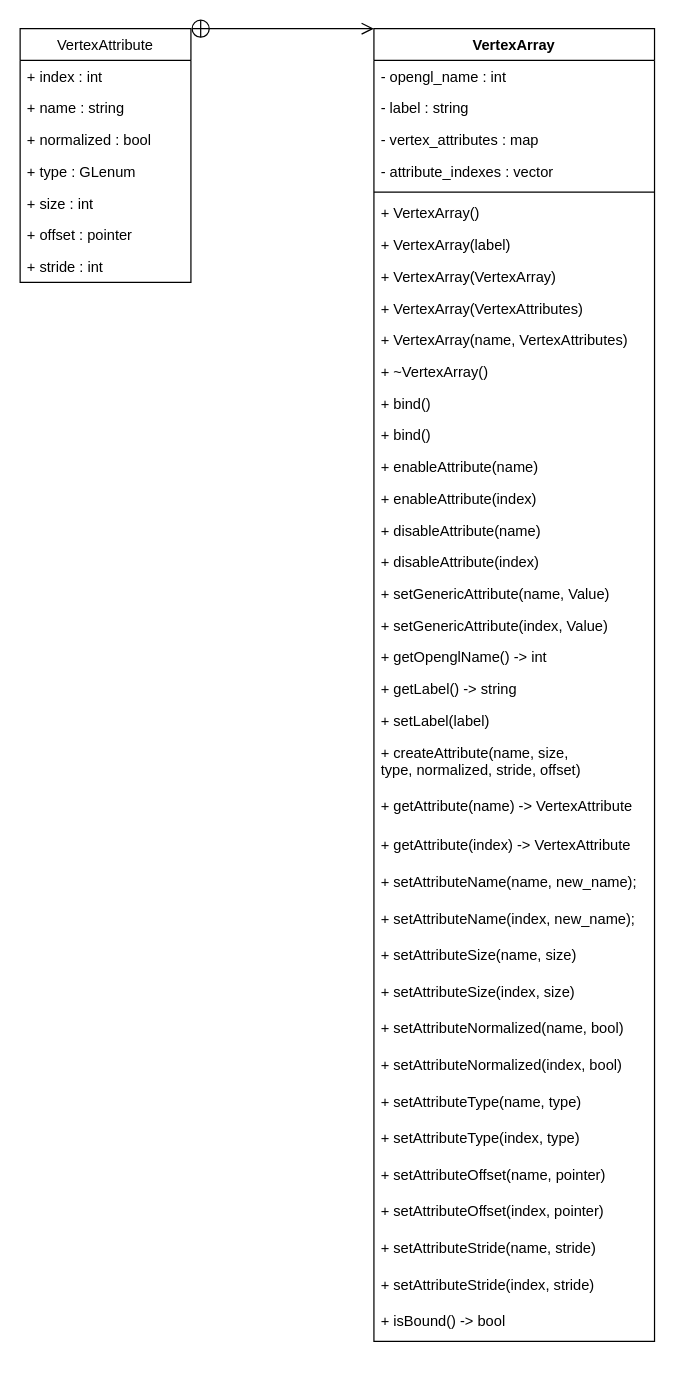
LowFire/blazer3d keeps this draw.io diagram as docs/VertexArray.drawio. Above is the earlier version. Source tidied: cells renumbered, new cells numbered last; positions are measured from the earlier drawing's top-left corner, leaving out a move shared by most shapes. Both pictures are drawn from the tidied source at 122%, with x=0, y=0 at pixel (20, 28).
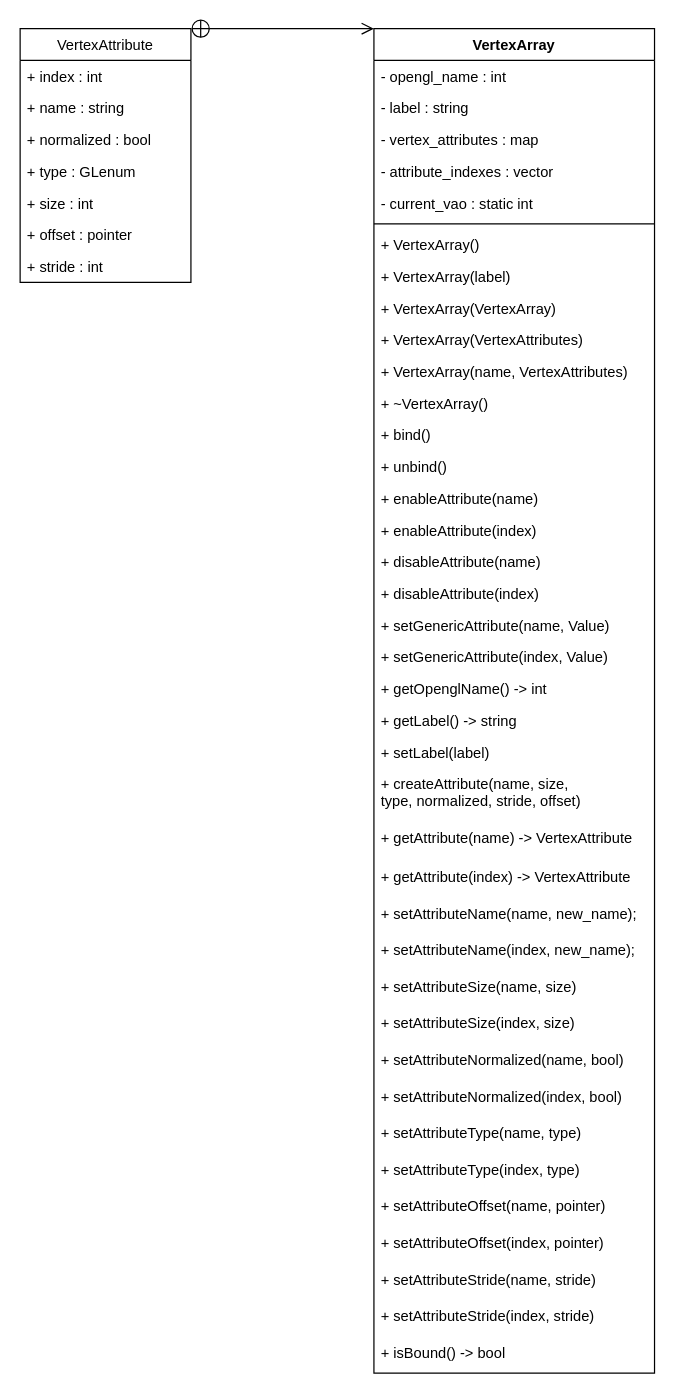
Above is the later version.

The edit, as a diff of the source:
```diff
@@
     <mxCell id="2" value="VertexArray" style="swimlane;fontStyle=1;align=center;verticalAlign=top;horizontal=1;startSize=26;" parent="1" vertex="1">
-      <mxGeometry x="290" width="230" height="1076" as="geometry" />
+      <mxGeometry x="290" width="230" height="1102" as="geometry" />
     </mxCell>
@@
+    <mxCell id="50" value="- current_vao : static int" style="text;strokeColor=none;fillColor=none;align=left;verticalAlign=top;spacingLeft=4;spacingRight=4;overflow=hidden;" parent="2" vertex="1">
+      <mxGeometry y="130" width="230" height="26" as="geometry" />
+    </mxCell>
     <mxCell id="7" style="line;strokeWidth=1;fillColor=none;align=left;verticalAlign=middle;spacingTop=-1;spacingLeft=3;spacingRight=3;labelPosition=right;" parent="2" vertex="1">
-      <mxGeometry y="130" width="230" height="8" as="geometry" />
+      <mxGeometry y="156" width="230" height="8" as="geometry" />
     </mxCell>
     <mxCell id="8" value="+ VertexArray()" style="text;strokeColor=none;fillColor=none;align=left;verticalAlign=top;spacingLeft=4;spacingRight=4;overflow=hidden;" parent="2" vertex="1">
-      <mxGeometry y="138" width="230" height="26" as="geometry" />
+      <mxGeometry y="164" width="230" height="26" as="geometry" />
     </mxCell>
     <mxCell id="9" value="+ VertexArray(label)" style="text;strokeColor=none;fillColor=none;align=left;verticalAlign=top;spacingLeft=4;spacingRight=4;overflow=hidden;" parent="2" vertex="1">
-      <mxGeometry y="164" width="230" height="26" as="geometry" />
+      <mxGeometry y="190" width="230" height="26" as="geometry" />
     </mxCell>
     <mxCell id="10" value="+ VertexArray(VertexArray)" style="text;strokeColor=none;fillColor=none;align=left;verticalAlign=top;spacingLeft=4;spacingRight=4;overflow=hidden;" parent="2" vertex="1">
-      <mxGeometry y="190" width="230" height="26" as="geometry" />
+      <mxGeometry y="216" width="230" height="26" as="geometry" />
     </mxCell>
     <mxCell id="11" value="+ VertexArray(VertexAttributes)" style="text;strokeColor=none;fillColor=none;align=left;verticalAlign=top;spacingLeft=4;spacingRight=4;overflow=hidden;" parent="2" vertex="1">
-      <mxGeometry y="216" width="230" height="26" as="geometry" />
+      <mxGeometry y="242" width="230" height="26" as="geometry" />
     </mxCell>
     <mxCell id="12" value="+ VertexArray(name, VertexAttributes)" style="text;strokeColor=none;fillColor=none;align=left;verticalAlign=top;spacingLeft=4;spacingRight=4;overflow=hidden;" parent="2" vertex="1">
-      <mxGeometry y="242" width="230" height="26" as="geometry" />
+      <mxGeometry y="268" width="230" height="26" as="geometry" />
     </mxCell>
     <mxCell id="13" value="+ ~VertexArray()" style="text;strokeColor=none;fillColor=none;align=left;verticalAlign=top;spacingLeft=4;spacingRight=4;overflow=hidden;" parent="2" vertex="1">
-      <mxGeometry y="268" width="230" height="26" as="geometry" />
+      <mxGeometry y="294" width="230" height="26" as="geometry" />
     </mxCell>
     <mxCell id="14" value="+ bind()" style="text;strokeColor=none;fillColor=none;align=left;verticalAlign=top;spacingLeft=4;spacingRight=4;overflow=hidden;" parent="2" vertex="1">
-      <mxGeometry y="294" width="230" height="26" as="geometry" />
+      <mxGeometry y="320" width="230" height="26" as="geometry" />
     </mxCell>
-    <mxCell id="15" value="+ bind()" style="text;strokeColor=none;fillColor=none;align=left;verticalAlign=top;spacingLeft=4;spacingRight=4;overflow=hidden;" parent="2" vertex="1">
-      <mxGeometry y="320" width="230" height="26" as="geometry" />
+    <mxCell id="15" value="+ unbind()" style="text;strokeColor=none;fillColor=none;align=left;verticalAlign=top;spacingLeft=4;spacingRight=4;overflow=hidden;" parent="2" vertex="1">
+      <mxGeometry y="346" width="230" height="26" as="geometry" />
     </mxCell>
     <mxCell id="16" value="+ enableAttribute(name)" style="text;strokeColor=none;fillColor=none;align=left;verticalAlign=top;spacingLeft=4;spacingRight=4;overflow=hidden;" parent="2" vertex="1">
-      <mxGeometry y="346" width="230" height="26" as="geometry" />
+      <mxGeometry y="372" width="230" height="26" as="geometry" />
     </mxCell>
     <mxCell id="17" value="+ enableAttribute(index)" style="text;strokeColor=none;fillColor=none;align=left;verticalAlign=top;spacingLeft=4;spacingRight=4;overflow=hidden;" parent="2" vertex="1">
-      <mxGeometry y="372" width="230" height="26" as="geometry" />
+      <mxGeometry y="398" width="230" height="26" as="geometry" />
     </mxCell>
     <mxCell id="18" value="+ disableAttribute(name)" style="text;strokeColor=none;fillColor=none;align=left;verticalAlign=top;spacingLeft=4;spacingRight=4;overflow=hidden;" parent="2" vertex="1">
-      <mxGeometry y="398" width="230" height="26" as="geometry" />
+      <mxGeometry y="424" width="230" height="26" as="geometry" />
     </mxCell>
     <mxCell id="19" value="+ disableAttribute(index)" style="text;strokeColor=none;fillColor=none;align=left;verticalAlign=top;spacingLeft=4;spacingRight=4;overflow=hidden;" parent="2" vertex="1">
-      <mxGeometry y="424" width="230" height="26" as="geometry" />
+      <mxGeometry y="450" width="230" height="26" as="geometry" />
     </mxCell>
     <mxCell id="20" value="+ setGenericAttribute(name, Value)" style="text;strokeColor=none;fillColor=none;align=left;verticalAlign=top;spacingLeft=4;spacingRight=4;overflow=hidden;" parent="2" vertex="1">
-      <mxGeometry y="450" width="230" height="26" as="geometry" />
+      <mxGeometry y="476" width="230" height="26" as="geometry" />
     </mxCell>
     <mxCell id="21" value="+ setGenericAttribute(index, Value)" style="text;strokeColor=none;fillColor=none;align=left;verticalAlign=top;spacingLeft=4;spacingRight=4;overflow=hidden;" parent="2" vertex="1">
-      <mxGeometry y="476" width="230" height="26" as="geometry" />
+      <mxGeometry y="502" width="230" height="26" as="geometry" />
     </mxCell>
     <mxCell id="22" value="+ getOpenglName() -&gt; int" style="text;strokeColor=none;fillColor=none;align=left;verticalAlign=top;spacingLeft=4;spacingRight=4;overflow=hidden;" parent="2" vertex="1">
-      <mxGeometry y="502" width="230" height="26" as="geometry" />
+      <mxGeometry y="528" width="230" height="26" as="geometry" />
     </mxCell>
     <mxCell id="23" value="+ getLabel() -&gt; string" style="text;strokeColor=none;fillColor=none;align=left;verticalAlign=top;spacingLeft=4;spacingRight=4;overflow=hidden;" parent="2" vertex="1">
-      <mxGeometry y="528" width="230" height="26" as="geometry" />
+      <mxGeometry y="554" width="230" height="26" as="geometry" />
     </mxCell>
     <mxCell id="24" value="+ setLabel(label)" style="text;strokeColor=none;fillColor=none;align=left;verticalAlign=top;spacingLeft=4;spacingRight=4;overflow=hidden;" parent="2" vertex="1">
-      <mxGeometry y="554" width="230" height="26" as="geometry" />
+      <mxGeometry y="580" width="230" height="26" as="geometry" />
     </mxCell>
     <mxCell id="25" value="+ createAttribute(name, size,&#10;type, normalized, stride, offset)" style="text;strokeColor=none;fillColor=none;align=left;verticalAlign=top;spacingLeft=4;spacingRight=4;overflow=hidden;" parent="2" vertex="1">
-      <mxGeometry y="580" width="230" height="44" as="geometry" />
+      <mxGeometry y="606" width="230" height="44" as="geometry" />
     </mxCell>
     <mxCell id="26" value="+ getAttribute(name) -&gt; VertexAttribute" style="text;strokeColor=none;fillColor=none;align=left;verticalAlign=top;spacingLeft=4;spacingRight=4;overflow=hidden;" parent="2" vertex="1">
-      <mxGeometry y="624" width="230" height="32" as="geometry" />
+      <mxGeometry y="650" width="230" height="32" as="geometry" />
     </mxCell>
     <mxCell id="27" value="+ getAttribute(index) -&gt; VertexAttribute" style="text;strokeColor=none;fillColor=none;align=left;verticalAlign=top;spacingLeft=4;spacingRight=4;overflow=hidden;" parent="2" vertex="1">
-      <mxGeometry y="656" width="230" height="30" as="geometry" />
+      <mxGeometry y="682" width="230" height="30" as="geometry" />
     </mxCell>
     <mxCell id="28" value="+ setAttributeName(name, new_name);" style="text;strokeColor=none;fillColor=none;align=left;verticalAlign=top;spacingLeft=4;spacingRight=4;overflow=hidden;" parent="2" vertex="1">
-      <mxGeometry y="686" width="230" height="30" as="geometry" />
+      <mxGeometry y="712" width="230" height="30" as="geometry" />
     </mxCell>
     <mxCell id="29" value="+ setAttributeName(index, new_name);" style="text;strokeColor=none;fillColor=none;align=left;verticalAlign=top;spacingLeft=4;spacingRight=4;overflow=hidden;" parent="2" vertex="1">
-      <mxGeometry y="716" width="230" height="30" as="geometry" />
+      <mxGeometry y="742" width="230" height="30" as="geometry" />
     </mxCell>
     <mxCell id="30" value="+ setAttributeSize(name, size)" style="text;strokeColor=none;fillColor=none;align=left;verticalAlign=top;spacingLeft=4;spacingRight=4;overflow=hidden;" parent="2" vertex="1">
-      <mxGeometry y="746" width="230" height="30" as="geometry" />
+      <mxGeometry y="772" width="230" height="30" as="geometry" />
     </mxCell>
     <mxCell id="31" value="+ setAttributeSize(index, size)" style="text;strokeColor=none;fillColor=none;align=left;verticalAlign=top;spacingLeft=4;spacingRight=4;overflow=hidden;" parent="2" vertex="1">
-      <mxGeometry y="776" width="230" height="30" as="geometry" />
+      <mxGeometry y="802" width="230" height="30" as="geometry" />
     </mxCell>
     <mxCell id="32" value="+ setAttributeNormalized(name, bool)" style="text;strokeColor=none;fillColor=none;align=left;verticalAlign=top;spacingLeft=4;spacingRight=4;overflow=hidden;" parent="2" vertex="1">
-      <mxGeometry y="806" width="230" height="30" as="geometry" />
+      <mxGeometry y="832" width="230" height="30" as="geometry" />
     </mxCell>
     <mxCell id="33" value="+ setAttributeNormalized(index, bool)" style="text;strokeColor=none;fillColor=none;align=left;verticalAlign=top;spacingLeft=4;spacingRight=4;overflow=hidden;" parent="2" vertex="1">
-      <mxGeometry y="836" width="230" height="30" as="geometry" />
+      <mxGeometry y="862" width="230" height="30" as="geometry" />
     </mxCell>
     <mxCell id="34" value="+ setAttributeType(name, type)" style="text;strokeColor=none;fillColor=none;align=left;verticalAlign=top;spacingLeft=4;spacingRight=4;overflow=hidden;" parent="2" vertex="1">
-      <mxGeometry y="866" width="230" height="30" as="geometry" />
+      <mxGeometry y="892" width="230" height="30" as="geometry" />
     </mxCell>
     <mxCell id="35" value="+ setAttributeType(index, type)" style="text;strokeColor=none;fillColor=none;align=left;verticalAlign=top;spacingLeft=4;spacingRight=4;overflow=hidden;" parent="2" vertex="1">
-      <mxGeometry y="896" width="230" height="30" as="geometry" />
+      <mxGeometry y="922" width="230" height="30" as="geometry" />
     </mxCell>
     <mxCell id="36" value="+ setAttributeOffset(name, pointer)" style="text;strokeColor=none;fillColor=none;align=left;verticalAlign=top;spacingLeft=4;spacingRight=4;overflow=hidden;" parent="2" vertex="1">
-      <mxGeometry y="926" width="230" height="30" as="geometry" />
+      <mxGeometry y="952" width="230" height="30" as="geometry" />
     </mxCell>
     <mxCell id="37" value="+ setAttributeOffset(index, pointer)" style="text;strokeColor=none;fillColor=none;align=left;verticalAlign=top;spacingLeft=4;spacingRight=4;overflow=hidden;" parent="2" vertex="1">
-      <mxGeometry y="956" width="230" height="30" as="geometry" />
+      <mxGeometry y="982" width="230" height="30" as="geometry" />
     </mxCell>
     <mxCell id="38" value="+ setAttributeStride(name, stride)" style="text;strokeColor=none;fillColor=none;align=left;verticalAlign=top;spacingLeft=4;spacingRight=4;overflow=hidden;" parent="2" vertex="1">
-      <mxGeometry y="986" width="230" height="30" as="geometry" />
+      <mxGeometry y="1012" width="230" height="30" as="geometry" />
     </mxCell>
     <mxCell id="39" value="+ setAttributeStride(index, stride)" style="text;strokeColor=none;fillColor=none;align=left;verticalAlign=top;spacingLeft=4;spacingRight=4;overflow=hidden;" parent="2" vertex="1">
-      <mxGeometry y="1016" width="230" height="30" as="geometry" />
+      <mxGeometry y="1042" width="230" height="30" as="geometry" />
     </mxCell>
     <mxCell id="40" value="+ isBound() -&gt; bool" style="text;strokeColor=none;fillColor=none;align=left;verticalAlign=top;spacingLeft=4;spacingRight=4;overflow=hidden;" parent="2" vertex="1">
-      <mxGeometry y="1046" width="230" height="30" as="geometry" />
+      <mxGeometry y="1072" width="230" height="30" as="geometry" />
     </mxCell>
```
